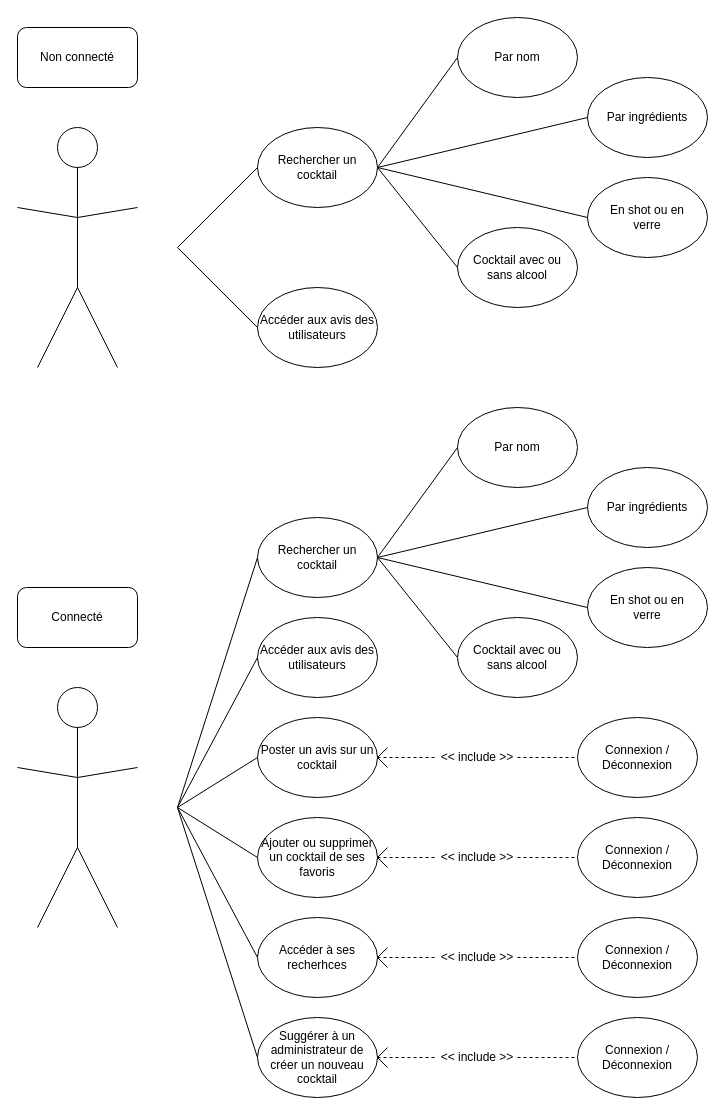
This is Diagramme de cas d'utilisation.drawio from wahib299/ProjetInfo2A, a draw.io file, before an edit. Source tidied: cells renumbered, new cells numbered last; positions are measured from the earlier drawing's top-left corner, leaving out a move shared by most shapes. Both pictures are drawn from the tidied source at 100%, with x=0, y=0 at pixel (17, 17).
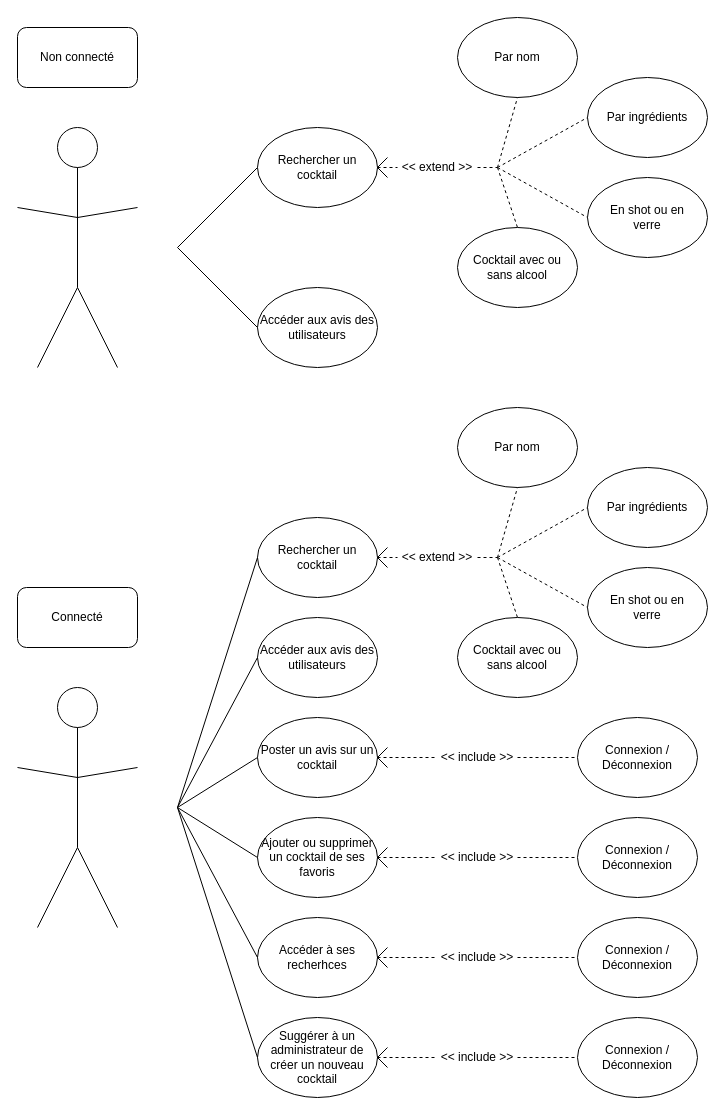
The same page after the edit.

Unchanged cells that the change refers to:
```xml
<mxCell id="19" value="Rechercher un cocktail" style="ellipse;whiteSpace=wrap;html=1;" parent="1" vertex="1">
  <mxGeometry x="240" y="500" width="120" height="80" as="geometry" />
</mxCell>
<mxCell id="56" value="Par nom" style="ellipse;whiteSpace=wrap;html=1;" parent="1" vertex="1">
  <mxGeometry x="440" y="390" width="120" height="80" as="geometry" />
</mxCell>
<mxCell id="57" value="En shot ou en&lt;br&gt;verre" style="ellipse;whiteSpace=wrap;html=1;" parent="1" vertex="1">
  <mxGeometry x="570" y="550" width="120" height="80" as="geometry" />
</mxCell>
<mxCell id="58" value="Cocktail avec ou&lt;br&gt;sans alcool" style="ellipse;whiteSpace=wrap;html=1;" parent="1" vertex="1">
  <mxGeometry x="440" y="600" width="120" height="80" as="geometry" />
</mxCell>
<mxCell id="59" value="Par ingrédients" style="ellipse;whiteSpace=wrap;html=1;" parent="1" vertex="1">
  <mxGeometry x="570" y="450" width="120" height="80" as="geometry" />
</mxCell>
<mxCell id="64" value="Par nom" style="ellipse;whiteSpace=wrap;html=1;" parent="1" vertex="1">
  <mxGeometry x="440" width="120" height="80" as="geometry" />
</mxCell>
<mxCell id="65" value="En shot ou en&lt;br&gt;verre" style="ellipse;whiteSpace=wrap;html=1;" parent="1" vertex="1">
  <mxGeometry x="570" y="160" width="120" height="80" as="geometry" />
</mxCell>
<mxCell id="66" value="Cocktail avec ou&lt;br&gt;sans alcool" style="ellipse;whiteSpace=wrap;html=1;" parent="1" vertex="1">
  <mxGeometry x="440" y="210" width="120" height="80" as="geometry" />
</mxCell>
<mxCell id="67" value="Par ingrédients" style="ellipse;whiteSpace=wrap;html=1;" parent="1" vertex="1">
  <mxGeometry x="570" y="60" width="120" height="80" as="geometry" />
</mxCell>
```

Change to the diagram source:
```diff
@@
-    <mxCell id="60" style="endArrow=none;html=1;exitX=1;exitY=0.5;exitDx=0;exitDy=0;entryX=0;entryY=0.5;entryDx=0;entryDy=0;" parent="1" edge="1" source="19" target="56">
-      <mxGeometry relative="1" as="geometry" />
-    </mxCell>
-    <mxCell id="61" style="endArrow=none;html=1;entryX=0;entryY=0.5;entryDx=0;entryDy=0;" parent="1" edge="1" target="59">
-      <mxGeometry relative="1" as="geometry">
-        <mxPoint x="360" y="540" as="sourcePoint" />
-      </mxGeometry>
-    </mxCell>
-    <mxCell id="62" style="endArrow=none;html=1;entryX=0;entryY=0.5;entryDx=0;entryDy=0;" parent="1" edge="1" target="57">
-      <mxGeometry relative="1" as="geometry">
-        <mxPoint x="360" y="540" as="sourcePoint" />
-      </mxGeometry>
-    </mxCell>
-    <mxCell id="63" style="endArrow=none;html=1;entryX=0;entryY=0.5;entryDx=0;entryDy=0;exitX=1;exitY=0.5;exitDx=0;exitDy=0;" parent="1" edge="1" source="19" target="58">
-      <mxGeometry relative="1" as="geometry" />
-    </mxCell>
@@
-    <mxCell id="68" style="endArrow=none;html=1;exitX=1;exitY=0.5;exitDx=0;exitDy=0;entryX=0;entryY=0.5;entryDx=0;entryDy=0;" parent="1" edge="1" target="64">
-      <mxGeometry relative="1" as="geometry">
-        <mxPoint x="360" y="150" as="sourcePoint" />
-      </mxGeometry>
-    </mxCell>
-    <mxCell id="69" style="endArrow=none;html=1;entryX=0;entryY=0.5;entryDx=0;entryDy=0;" parent="1" edge="1" target="67">
-      <mxGeometry relative="1" as="geometry">
-        <mxPoint x="360" y="150" as="sourcePoint" />
-      </mxGeometry>
-    </mxCell>
-    <mxCell id="70" style="endArrow=none;html=1;entryX=0;entryY=0.5;entryDx=0;entryDy=0;" parent="1" edge="1" target="65">
-      <mxGeometry relative="1" as="geometry">
-        <mxPoint x="360" y="150" as="sourcePoint" />
-      </mxGeometry>
-    </mxCell>
-    <mxCell id="71" style="endArrow=none;html=1;entryX=0;entryY=0.5;entryDx=0;entryDy=0;exitX=1;exitY=0.5;exitDx=0;exitDy=0;" parent="1" edge="1" target="66">
-      <mxGeometry relative="1" as="geometry">
-        <mxPoint x="360" y="150" as="sourcePoint" />
-      </mxGeometry>
-    </mxCell>
+    <mxCell id="72" style="endArrow=none;html=1;" parent="1" edge="1">
+      <mxGeometry relative="1" as="geometry">
+        <mxPoint x="360" y="150" as="sourcePoint" />
+        <mxPoint x="370" y="140" as="targetPoint" />
+      </mxGeometry>
+    </mxCell>
+    <mxCell id="73" style="endArrow=none;html=1;" parent="1" edge="1">
+      <mxGeometry relative="1" as="geometry">
+        <mxPoint x="360" y="150" as="sourcePoint" />
+        <mxPoint x="370" y="160" as="targetPoint" />
+      </mxGeometry>
+    </mxCell>
+    <mxCell id="74" style="endArrow=none;dashed=1;html=1;entryX=0;entryY=0.5;entryDx=0;entryDy=0;" parent="1" edge="1" target="75">
+      <mxGeometry relative="1" as="geometry">
+        <mxPoint x="360" y="150" as="sourcePoint" />
+      </mxGeometry>
+    </mxCell>
+    <mxCell id="75" value="&amp;lt;&amp;lt; extend &amp;gt;&amp;gt;" style="text;html=1;strokeColor=none;fillColor=none;align=center;verticalAlign=middle;whiteSpace=wrap;rounded=0;" parent="1" vertex="1">
+      <mxGeometry x="380" y="140" width="80" height="20" as="geometry" />
+    </mxCell>
+    <mxCell id="76" style="endArrow=none;dashed=1;html=1;entryX=0.5;entryY=1;entryDx=0;entryDy=0;" parent="1" edge="1">
+      <mxGeometry relative="1" as="geometry">
+        <mxPoint x="480" y="150" as="sourcePoint" />
+        <mxPoint x="500" y="80" as="targetPoint" />
+      </mxGeometry>
+    </mxCell>
+    <mxCell id="77" style="endArrow=none;dashed=1;html=1;entryX=0;entryY=0.5;entryDx=0;entryDy=0;" parent="1" edge="1">
+      <mxGeometry relative="1" as="geometry">
+        <mxPoint x="480" y="150" as="sourcePoint" />
+        <mxPoint x="570" y="100" as="targetPoint" />
+      </mxGeometry>
+    </mxCell>
+    <mxCell id="78" style="endArrow=none;dashed=1;html=1;entryX=0;entryY=0.5;entryDx=0;entryDy=0;" parent="1" edge="1">
+      <mxGeometry relative="1" as="geometry">
+        <mxPoint x="480" y="150" as="sourcePoint" />
+        <mxPoint x="570" y="200" as="targetPoint" />
+      </mxGeometry>
+    </mxCell>
+    <mxCell id="79" style="endArrow=none;dashed=1;html=1;entryX=0.5;entryY=0;entryDx=0;entryDy=0;" parent="1" edge="1">
+      <mxGeometry relative="1" as="geometry">
+        <mxPoint x="480" y="150" as="sourcePoint" />
+        <mxPoint x="500" y="210" as="targetPoint" />
+      </mxGeometry>
+    </mxCell>
+    <mxCell id="80" style="endArrow=none;dashed=1;html=1;exitX=1;exitY=0.5;exitDx=0;exitDy=0;" parent="1" edge="1" source="75">
+      <mxGeometry relative="1" as="geometry">
+        <mxPoint x="480" y="150" as="targetPoint" />
+      </mxGeometry>
+    </mxCell>
+    <mxCell id="81" style="endArrow=none;html=1;" parent="1" edge="1">
+      <mxGeometry relative="1" as="geometry">
+        <mxPoint x="360" y="540" as="sourcePoint" />
+        <mxPoint x="370" y="530" as="targetPoint" />
+      </mxGeometry>
+    </mxCell>
+    <mxCell id="82" style="endArrow=none;html=1;" parent="1" edge="1">
+      <mxGeometry relative="1" as="geometry">
+        <mxPoint x="360" y="540" as="sourcePoint" />
+        <mxPoint x="370" y="550" as="targetPoint" />
+      </mxGeometry>
+    </mxCell>
+    <mxCell id="83" style="endArrow=none;dashed=1;html=1;entryX=0;entryY=0.5;entryDx=0;entryDy=0;" parent="1" edge="1" target="84">
+      <mxGeometry relative="1" as="geometry">
+        <mxPoint x="360" y="540" as="sourcePoint" />
+      </mxGeometry>
+    </mxCell>
+    <mxCell id="84" value="&amp;lt;&amp;lt; extend &amp;gt;&amp;gt;" style="text;html=1;strokeColor=none;fillColor=none;align=center;verticalAlign=middle;whiteSpace=wrap;rounded=0;" parent="1" vertex="1">
+      <mxGeometry x="380" y="530" width="80" height="20" as="geometry" />
+    </mxCell>
+    <mxCell id="85" style="endArrow=none;dashed=1;html=1;entryX=0.5;entryY=1;entryDx=0;entryDy=0;" parent="1" edge="1">
+      <mxGeometry relative="1" as="geometry">
+        <mxPoint x="480" y="540" as="sourcePoint" />
+        <mxPoint x="500" y="470" as="targetPoint" />
+      </mxGeometry>
+    </mxCell>
+    <mxCell id="86" style="endArrow=none;dashed=1;html=1;entryX=0;entryY=0.5;entryDx=0;entryDy=0;" parent="1" edge="1">
+      <mxGeometry relative="1" as="geometry">
+        <mxPoint x="480" y="540" as="sourcePoint" />
+        <mxPoint x="570" y="490" as="targetPoint" />
+      </mxGeometry>
+    </mxCell>
+    <mxCell id="87" style="endArrow=none;dashed=1;html=1;entryX=0;entryY=0.5;entryDx=0;entryDy=0;" parent="1" edge="1">
+      <mxGeometry relative="1" as="geometry">
+        <mxPoint x="480" y="540" as="sourcePoint" />
+        <mxPoint x="570" y="590" as="targetPoint" />
+      </mxGeometry>
+    </mxCell>
+    <mxCell id="88" style="endArrow=none;dashed=1;html=1;entryX=0.5;entryY=0;entryDx=0;entryDy=0;" parent="1" edge="1">
+      <mxGeometry relative="1" as="geometry">
+        <mxPoint x="480" y="540" as="sourcePoint" />
+        <mxPoint x="500" y="600" as="targetPoint" />
+      </mxGeometry>
+    </mxCell>
+    <mxCell id="89" style="endArrow=none;dashed=1;html=1;exitX=1;exitY=0.5;exitDx=0;exitDy=0;" parent="1" edge="1" source="84">
+      <mxGeometry relative="1" as="geometry">
+        <mxPoint x="480" y="540" as="targetPoint" />
+      </mxGeometry>
+    </mxCell>
```
